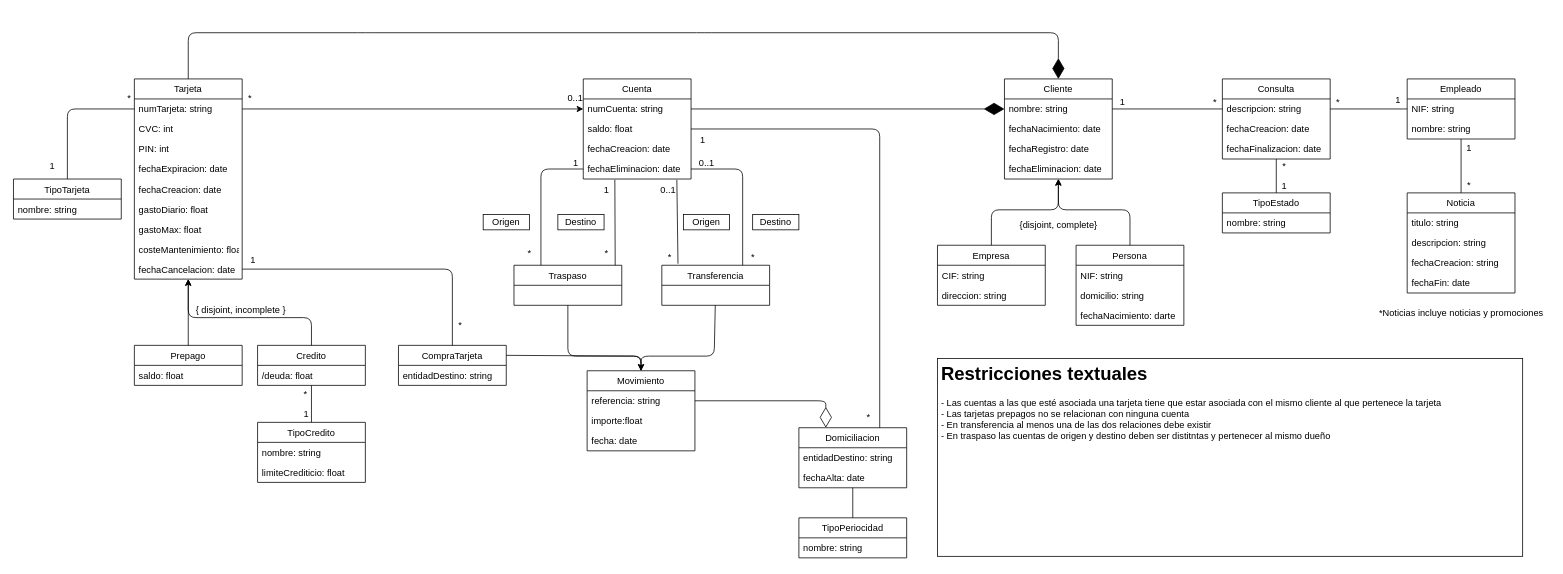
Earlier version of the draw.io diagram Análisis/UML.drawio (Argudo/EBZ). Source tidied: cells renumbered, new cells numbered last; positions are measured from the earlier drawing's top-left corner, leaving out a move shared by most shapes. Both pictures are drawn from the tidied source at 77%, with x=0, y=0 at pixel (13, 32).
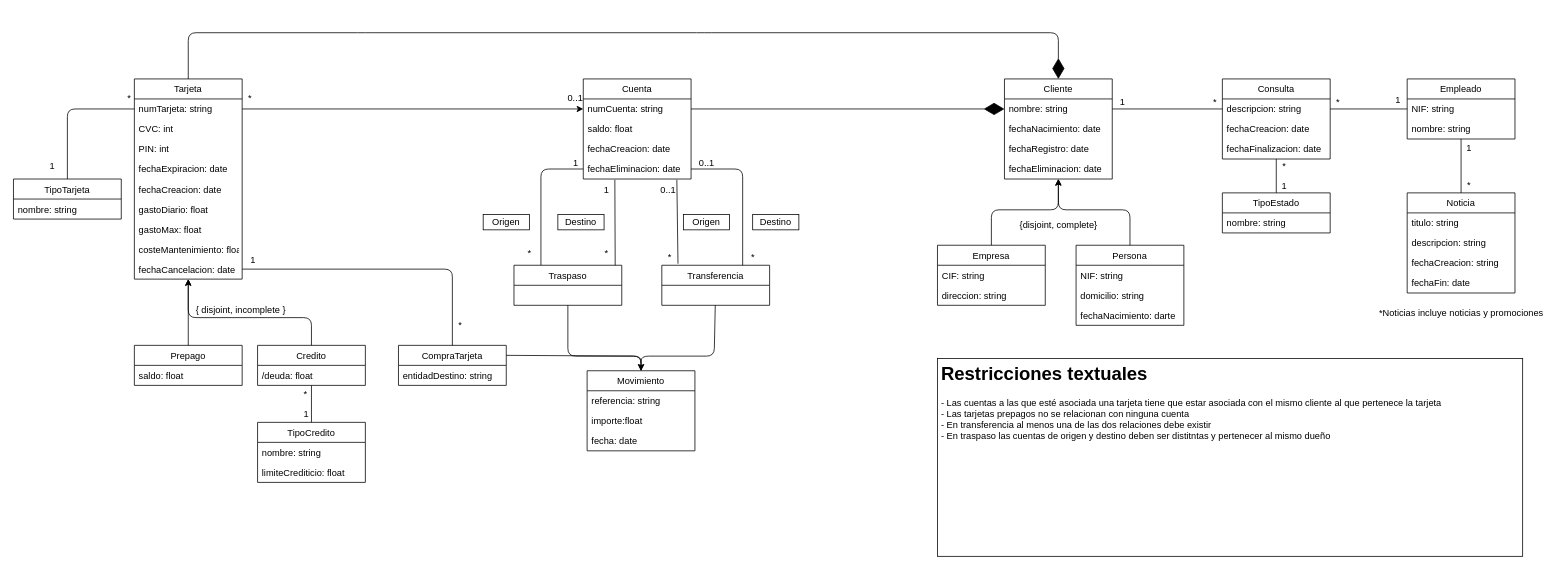
The same page after the edit.

Commit message (it also covers changes not shown here):
esquema nuevo

The change refers to these unchanged cells:
```xml
<mxCell id="4" value="saldo: float" style="text;strokeColor=none;fillColor=none;align=left;verticalAlign=top;spacingLeft=4;spacingRight=4;overflow=hidden;points=[[0,0.5],[1,0.5]];portConstraint=eastwest;" parent="2" vertex="1">
  <mxGeometry y="52" width="140" height="26" as="geometry" />
</mxCell>
<mxCell id="57" value="referencia: string" style="text;strokeColor=none;fillColor=none;align=left;verticalAlign=top;spacingLeft=4;spacingRight=4;overflow=hidden;points=[[0,0.5],[1,0.5]];portConstraint=eastwest;" parent="56" vertex="1">
  <mxGeometry y="26" width="140" height="26" as="geometry" />
</mxCell>
```

Change to the diagram source:
```diff
@@
-    <mxCell id="86" style="edgeStyle=none;html=1;exitX=0.75;exitY=0;exitDx=0;exitDy=0;entryX=1;entryY=0.5;entryDx=0;entryDy=0;endArrow=none;endFill=0;" parent="1" edge="1" source="87" target="4">
-      <mxGeometry relative="1" as="geometry">
-        <Array as="points">
-          <mxPoint x="1125" y="125" />
-        </Array>
-      </mxGeometry>
-    </mxCell>
-    <mxCell id="87" value="Domiciliacion" style="swimlane;fontStyle=0;horizontal=1;startSize=26;fillColor=none;" parent="1" vertex="1">
-      <mxGeometry x="1020" y="513" width="140" height="78" as="geometry" />
-    </mxCell>
-    <mxCell id="88" value="entidadDestino: string" style="text;strokeColor=none;fillColor=none;align=left;verticalAlign=top;spacingLeft=4;spacingRight=4;overflow=hidden;" parent="87" vertex="1">
-      <mxGeometry y="26" width="140" height="26" as="geometry" />
-    </mxCell>
-    <mxCell id="89" value="fechaAlta: date" style="text;strokeColor=none;fillColor=none;align=left;verticalAlign=top;spacingLeft=4;spacingRight=4;overflow=hidden;" parent="87" vertex="1">
-      <mxGeometry y="52" width="140" height="26" as="geometry" />
-    </mxCell>
-    <mxCell id="90" style="endArrow=diamondThin;endFill=0;endSize=24;html=1;entryX=0.25;entryY=0;entryDx=0;entryDy=0;exitX=1;exitY=0.5;exitDx=0;exitDy=0;" parent="1" edge="1" source="57" target="87">
-      <mxGeometry relative="1" as="geometry">
-        <Array as="points">
-          <mxPoint x="1055" y="478" />
-        </Array>
-      </mxGeometry>
-    </mxCell>
-    <mxCell id="91" value="*" style="text;html=1;align=center;verticalAlign=middle;strokeColor=none;fillColor=none;" parent="1" vertex="1">
-      <mxGeometry x="1100" y="490" width="20" height="20" as="geometry" />
-    </mxCell>
-    <mxCell id="92" value="1" style="text;html=1;align=center;verticalAlign=middle;strokeColor=none;fillColor=none;" parent="1" vertex="1">
-      <mxGeometry x="885" y="130" width="20" height="20" as="geometry" />
-    </mxCell>
-    <mxCell id="93" style="edgeStyle=none;html=1;exitX=0.5;exitY=0;exitDx=0;exitDy=0;endArrow=none;endFill=0;" parent="1" edge="1" source="94" target="87">
-      <mxGeometry relative="1" as="geometry" />
-    </mxCell>
-    <mxCell id="94" value="TipoPeriocidad" style="swimlane;fontStyle=0;horizontal=1;startSize=26;fillColor=none;" parent="1" vertex="1">
-      <mxGeometry x="1020" y="630" width="140" height="52" as="geometry" />
-    </mxCell>
-    <mxCell id="95" value="nombre: string" style="text;strokeColor=none;fillColor=none;align=left;verticalAlign=top;spacingLeft=4;spacingRight=4;overflow=hidden;" parent="94" vertex="1">
-      <mxGeometry y="26" width="140" height="26" as="geometry" />
-    </mxCell>
```
